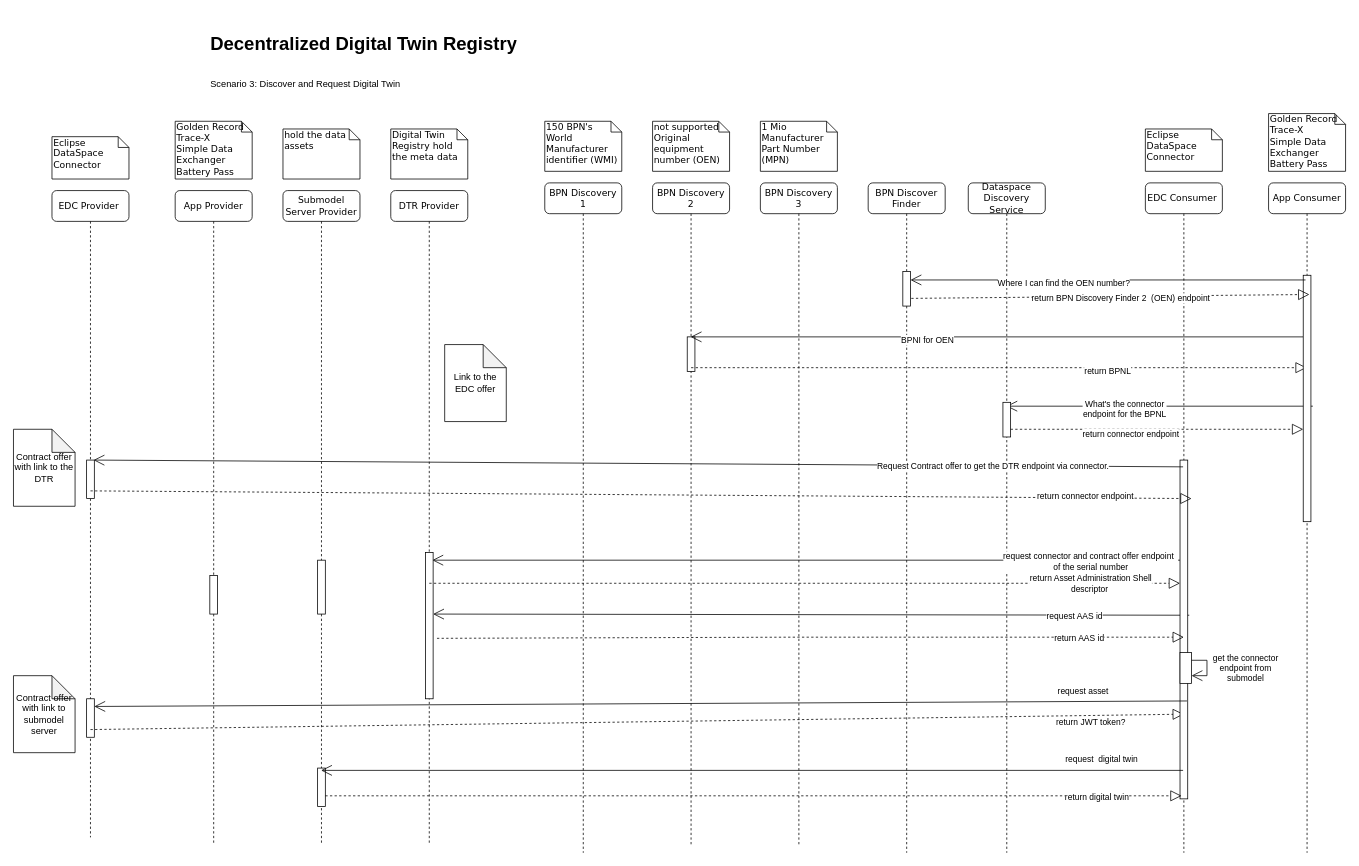
Earlier version of the draw.io diagram docs/media/drawings/decentrilzedDTR-DiscoverRequestDigitalTwin.drawio (eclipse-tractusx/sldt-bpn-discovery). Source tidied: cells renumbered, new cells numbered last; positions are measured from the earlier drawing's top-left corner, leaving out a move shared by most shapes. Both pictures are drawn from the tidied source at 77%, with x=0, y=0 at pixel (13, 28).
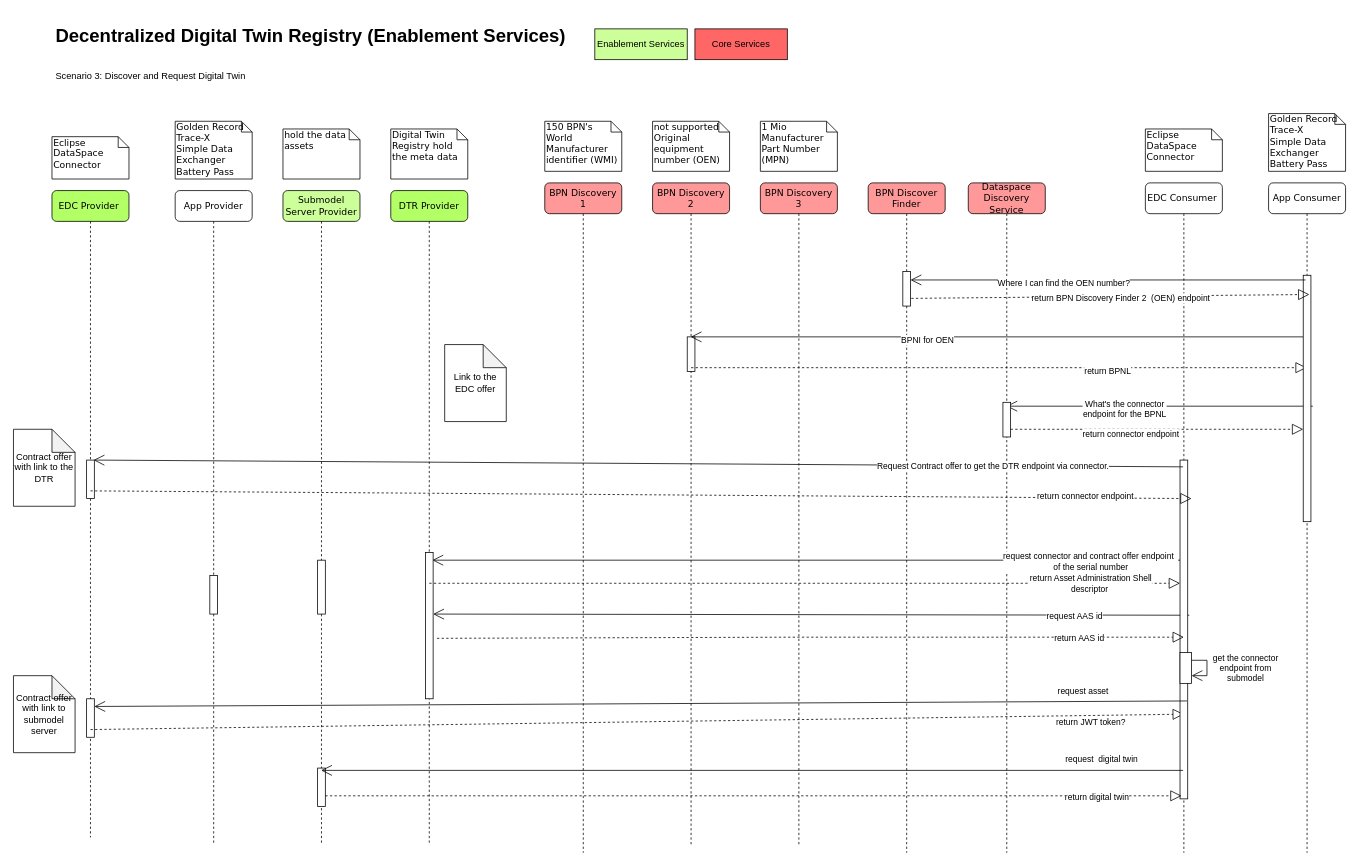
The same diagram, later.

Diff of the diagram source:
```diff
@@
-    <mxCell id="2" value="BPN Discovery 1" style="shape=umlLifeline;perimeter=lifelinePerimeter;whiteSpace=wrap;html=1;rounded=1;shadow=0;comic=0;labelBackgroundColor=none;strokeWidth=1;fontFamily=Verdana;fontSize=12;align=center;" parent="1" vertex="1">
+    <mxCell id="2" value="BPN Discovery 1" style="shape=umlLifeline;perimeter=lifelinePerimeter;whiteSpace=wrap;html=1;rounded=1;shadow=0;comic=0;labelBackgroundColor=none;strokeWidth=1;fontFamily=Verdana;fontSize=12;align=center;fillColor=#FF9999;" parent="1" vertex="1">
       <mxGeometry x="690" y="200" width="100" height="870" as="geometry" />
     </mxCell>
@@
-    <mxCell id="5" value="BPN Discovery 2" style="shape=umlLifeline;perimeter=lifelinePerimeter;whiteSpace=wrap;html=1;outlineConnect=0;rounded=1;shadow=0;comic=0;labelBackgroundColor=none;strokeWidth=1;fontFamily=Verdana;fontSize=12;align=center;" parent="1" vertex="1">
+    <mxCell id="5" value="BPN Discovery 2" style="shape=umlLifeline;perimeter=lifelinePerimeter;whiteSpace=wrap;html=1;outlineConnect=0;rounded=1;shadow=0;comic=0;labelBackgroundColor=none;strokeWidth=1;fontFamily=Verdana;fontSize=12;align=center;fillColor=#FF9999;" parent="1" vertex="1">
       <mxGeometry x="830" y="200" width="100" height="860" as="geometry" />
     </mxCell>
@@
-    <mxCell id="9" value="BPN Discovery 3" style="shape=umlLifeline;perimeter=lifelinePerimeter;whiteSpace=wrap;html=1;rounded=1;shadow=0;comic=0;labelBackgroundColor=none;strokeWidth=1;fontFamily=Verdana;fontSize=12;align=center;" parent="1" vertex="1">
+    <mxCell id="9" value="BPN Discovery 3" style="shape=umlLifeline;perimeter=lifelinePerimeter;whiteSpace=wrap;html=1;rounded=1;shadow=0;comic=0;labelBackgroundColor=none;strokeWidth=1;fontFamily=Verdana;fontSize=12;align=center;fillColor=#FF9999;" parent="1" vertex="1">
       <mxGeometry x="970" y="200" width="100" height="860" as="geometry" />
     </mxCell>
@@
-    <mxCell id="12" value="Dataspace Discovery Service" style="shape=umlLifeline;perimeter=lifelinePerimeter;whiteSpace=wrap;html=1;outlineConnect=0;rounded=1;shadow=0;comic=0;labelBackgroundColor=none;strokeWidth=1;fontFamily=Verdana;fontSize=12;align=center;" parent="1" vertex="1">
+    <mxCell id="12" value="Dataspace Discovery Service" style="shape=umlLifeline;perimeter=lifelinePerimeter;whiteSpace=wrap;html=1;outlineConnect=0;rounded=1;shadow=0;comic=0;labelBackgroundColor=none;strokeWidth=1;fontFamily=Verdana;fontSize=12;align=center;fillColor=#FF9999;" parent="1" vertex="1">
       <mxGeometry x="1240" y="200" width="100" height="870" as="geometry" />
     </mxCell>
@@
-    <mxCell id="19" value="&lt;h1&gt;Decentralized Digital Twin Registry&lt;/h1&gt;&lt;div&gt;&lt;br&gt;&lt;/div&gt;&lt;div&gt;Scenario 3: Discover and Request Digital Twin&lt;br&gt;&lt;/div&gt;" style="text;html=1;strokeColor=none;fillColor=none;spacing=5;spacingTop=-20;whiteSpace=wrap;overflow=hidden;rounded=0;" parent="1" vertex="1">
-      <mxGeometry x="251" width="640" height="120" as="geometry" />
+    <mxCell id="19" value="&lt;h1&gt;Decentralized Digital Twin Registry (Enablement Services)&lt;/h1&gt;&lt;div&gt;&lt;br&gt;&lt;/div&gt;&lt;div&gt;Scenario 3: Discover and Request Digital Twin&lt;br&gt;&lt;/div&gt;" style="text;html=1;strokeColor=none;fillColor=none;spacing=5;spacingTop=-20;whiteSpace=wrap;overflow=hidden;rounded=0;" parent="1" vertex="1">
+      <mxGeometry x="50" y="-10" width="720" height="120" as="geometry" />
     </mxCell>
-    <mxCell id="20" value="BPN Discover Finder" style="shape=umlLifeline;perimeter=lifelinePerimeter;whiteSpace=wrap;html=1;rounded=1;shadow=0;comic=0;labelBackgroundColor=none;strokeWidth=1;fontFamily=Verdana;fontSize=12;align=center;" parent="1" vertex="1">
+    <mxCell id="20" value="BPN Discover Finder" style="shape=umlLifeline;perimeter=lifelinePerimeter;whiteSpace=wrap;html=1;rounded=1;shadow=0;comic=0;labelBackgroundColor=none;strokeWidth=1;fontFamily=Verdana;fontSize=12;align=center;fillColor=#FF9999;" parent="1" vertex="1">
       <mxGeometry x="1110" y="200" width="100" height="870" as="geometry" />
     </mxCell>
@@
-    <mxCell id="24" value="EDC Provider&amp;nbsp;" style="shape=umlLifeline;perimeter=lifelinePerimeter;whiteSpace=wrap;html=1;rounded=1;shadow=0;comic=0;labelBackgroundColor=none;strokeWidth=1;fontFamily=Verdana;fontSize=12;align=center;" parent="1" vertex="1">
+    <mxCell id="24" value="EDC Provider&amp;nbsp;" style="shape=umlLifeline;perimeter=lifelinePerimeter;whiteSpace=wrap;html=1;rounded=1;shadow=0;comic=0;labelBackgroundColor=none;strokeWidth=1;fontFamily=Verdana;fontSize=12;align=center;fillColor=#B3FF66;" parent="1" vertex="1">
       <mxGeometry x="50" y="210" width="100" height="840" as="geometry" />
     </mxCell>
@@
-    <mxCell id="29" value="App Provider" style="shape=umlLifeline;perimeter=lifelinePerimeter;whiteSpace=wrap;html=1;rounded=1;shadow=0;comic=0;labelBackgroundColor=none;strokeWidth=1;fontFamily=Verdana;fontSize=12;align=center;" parent="1" vertex="1">
+    <mxCell id="29" value="App Provider" style="shape=umlLifeline;perimeter=lifelinePerimeter;whiteSpace=wrap;html=1;rounded=1;shadow=0;comic=0;labelBackgroundColor=none;strokeWidth=1;fontFamily=Verdana;fontSize=12;align=center;fillColor=none;" parent="1" vertex="1">
       <mxGeometry x="210" y="210" width="100" height="850" as="geometry" />
     </mxCell>
@@
-    <mxCell id="31" value="Submodel Server Provider" style="shape=umlLifeline;perimeter=lifelinePerimeter;whiteSpace=wrap;html=1;outlineConnect=0;rounded=1;shadow=0;comic=0;labelBackgroundColor=none;strokeWidth=1;fontFamily=Verdana;fontSize=12;align=center;" parent="1" vertex="1">
+    <mxCell id="31" value="Submodel Server Provider" style="shape=umlLifeline;perimeter=lifelinePerimeter;whiteSpace=wrap;html=1;outlineConnect=0;rounded=1;shadow=0;comic=0;labelBackgroundColor=none;strokeWidth=1;fontFamily=Verdana;fontSize=12;align=center;fillColor=#CCFF99;" parent="1" vertex="1">
       <mxGeometry x="350" y="210" width="100" height="850" as="geometry" />
     </mxCell>
@@
-    <mxCell id="34" value="DTR Provider" style="shape=umlLifeline;perimeter=lifelinePerimeter;whiteSpace=wrap;html=1;rounded=1;shadow=0;comic=0;labelBackgroundColor=none;strokeWidth=1;fontFamily=Verdana;fontSize=12;align=center;" parent="1" vertex="1">
+    <mxCell id="34" value="DTR Provider" style="shape=umlLifeline;perimeter=lifelinePerimeter;whiteSpace=wrap;html=1;rounded=1;shadow=0;comic=0;labelBackgroundColor=none;strokeWidth=1;fontFamily=Verdana;fontSize=12;align=center;fillColor=#B3FF66;" parent="1" vertex="1">
       <mxGeometry x="490" y="210" width="100" height="850" as="geometry" />
     </mxCell>
@@
+    <mxCell id="69" value="Enablement Services" style="rounded=0;whiteSpace=wrap;html=1;fillColor=#CCFF99;" parent="1" vertex="1">
+      <mxGeometry x="755" width="120" height="40" as="geometry" />
+    </mxCell>
+    <mxCell id="70" value="Core Services" style="rounded=0;whiteSpace=wrap;html=1;fillColor=#FF6666;" parent="1" vertex="1">
+      <mxGeometry x="885" width="120" height="40" as="geometry" />
+    </mxCell>
```
